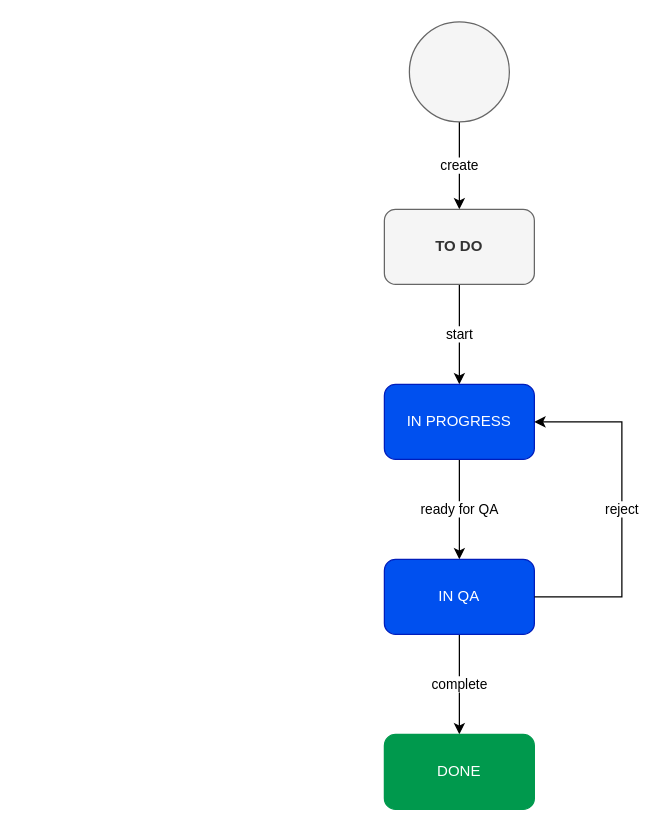
michaelbrunsbeec/workflow keeps this draw.io diagram as page "Page-1" (1 of 6) of Untitled Diagram.drawio. Above is the earlier version. Source tidied: cells renumbered, new cells numbered last; positions are measured from the earlier drawing's top-left corner, leaving out a move shared by most shapes. Both pictures are drawn from the tidied source at 125%, with x=0, y=0 at pixel (384, 21).
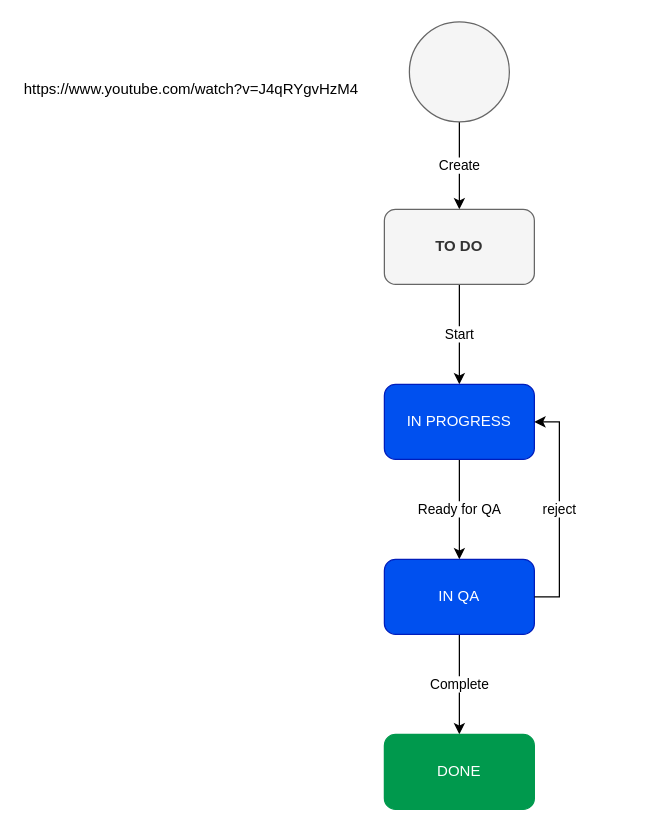
The same diagram, later.

The edit, as a diff of the source:
```diff
@@
 <mxGraphModel>
   <root>
     <mxCell id="0" />
     <mxCell id="1" parent="0" />
-    <mxCell id="2" value="&lt;font color=&quot;#000000&quot;&gt;create&lt;/font&gt;" style="edgeStyle=orthogonalEdgeStyle;rounded=0;jettySize=auto;html=1;fontColor=#FFFFFF;" parent="1" edge="1" source="3" target="5">
-      <mxGeometry relative="1" as="geometry" />
+    <mxCell id="2" value="&lt;font color=&quot;#000000&quot;&gt;Create&lt;/font&gt;" style="edgeStyle=orthogonalEdgeStyle;rounded=0;jettySize=auto;html=1;fontColor=#FFFFFF;" parent="1" edge="1" source="3" target="5">
+      <mxGeometry relative="1" as="geometry">
+        <Array as="points">
+          <mxPoint x="60" y="120" />
+          <mxPoint x="60" y="120" />
+        </Array>
+      </mxGeometry>
     </mxCell>
     <mxCell id="3" style="ellipse;whiteSpace=wrap;html=1;fillColor=#f5f5f5;fontColor=#333333;strokeColor=#666666;" parent="1" vertex="1">
       <mxGeometry x="20" width="80" height="80" as="geometry" />
     </mxCell>
-    <mxCell id="4" value="start" style="edgeStyle=orthogonalEdgeStyle;rounded=0;jettySize=auto;html=1;" parent="1" edge="1" source="5" target="7">
+    <mxCell id="4" value="Start" style="edgeStyle=orthogonalEdgeStyle;rounded=0;jettySize=auto;html=1;" parent="1" edge="1" source="5" target="7">
       <mxGeometry relative="1" as="geometry" />
     </mxCell>
     <mxCell id="5" value="&lt;b&gt;TO DO&lt;/b&gt;" style="rounded=1;whiteSpace=wrap;html=1;fillColor=#f5f5f5;fontColor=#333333;strokeColor=#666666;" parent="1" vertex="1">
       <mxGeometry y="150" width="120" height="60" as="geometry" />
     </mxCell>
-    <mxCell id="6" value="ready for QA" style="edgeStyle=orthogonalEdgeStyle;rounded=0;jettySize=auto;html=1;" parent="1" edge="1" source="7" target="9">
+    <mxCell id="6" value="Ready for QA" style="edgeStyle=orthogonalEdgeStyle;rounded=0;jettySize=auto;html=1;" parent="1" edge="1" source="7" target="9">
       <mxGeometry relative="1" as="geometry" />
     </mxCell>
     <mxCell id="7" value="IN PROGRESS" style="rounded=1;whiteSpace=wrap;html=1;fillColor=#0050ef;fontColor=#ffffff;strokeColor=#001DBC;" parent="1" vertex="1">
       <mxGeometry y="290" width="120" height="60" as="geometry" />
     </mxCell>
-    <mxCell id="8" value="complete" style="edgeStyle=orthogonalEdgeStyle;rounded=0;jettySize=auto;html=1;" parent="1" edge="1" source="9" target="11">
+    <mxCell id="8" value="Complete" style="edgeStyle=orthogonalEdgeStyle;rounded=0;jettySize=auto;html=1;" parent="1" edge="1" source="9" target="11">
       <mxGeometry relative="1" as="geometry" />
     </mxCell>
     <mxCell id="9" value="IN QA" style="rounded=1;whiteSpace=wrap;html=1;fillColor=#0050ef;fontColor=#ffffff;strokeColor=#001DBC;" parent="1" vertex="1">
       <mxGeometry y="430" width="120" height="60" as="geometry" />
     </mxCell>
     <mxCell id="10" value="reject" style="edgeStyle=orthogonalEdgeStyle;rounded=0;jettySize=auto;html=1;exitX=1;exitY=0.5;exitDx=0;exitDy=0;entryX=1;entryY=0.5;entryDx=0;entryDy=0;" parent="1" edge="1" source="9" target="7">
-      <mxGeometry relative="1" as="geometry">
-        <Array as="points">
-          <mxPoint x="190" y="460" />
-          <mxPoint x="190" y="320" />
-        </Array>
-      </mxGeometry>
+      <mxGeometry relative="1" as="geometry" />
     </mxCell>
     <mxCell id="11" value="&lt;font color=&quot;#ffffff&quot;&gt;DONE&lt;/font&gt;" style="rounded=1;whiteSpace=wrap;html=1;fillColor=#00994D;strokeColor=#00994D;" parent="1" vertex="1">
       <mxGeometry y="570" width="120" height="60" as="geometry" />
     </mxCell>
+    <mxCell id="12" value="https://www.youtube.com/watch?v=J4qRYgvHzM4" style="text;whiteSpace=wrap;html=1;" parent="1" vertex="1">
+      <mxGeometry x="-290" y="40" width="290" height="30" as="geometry" />
+    </mxCell>
   </root>
 </mxGraphModel>
```
